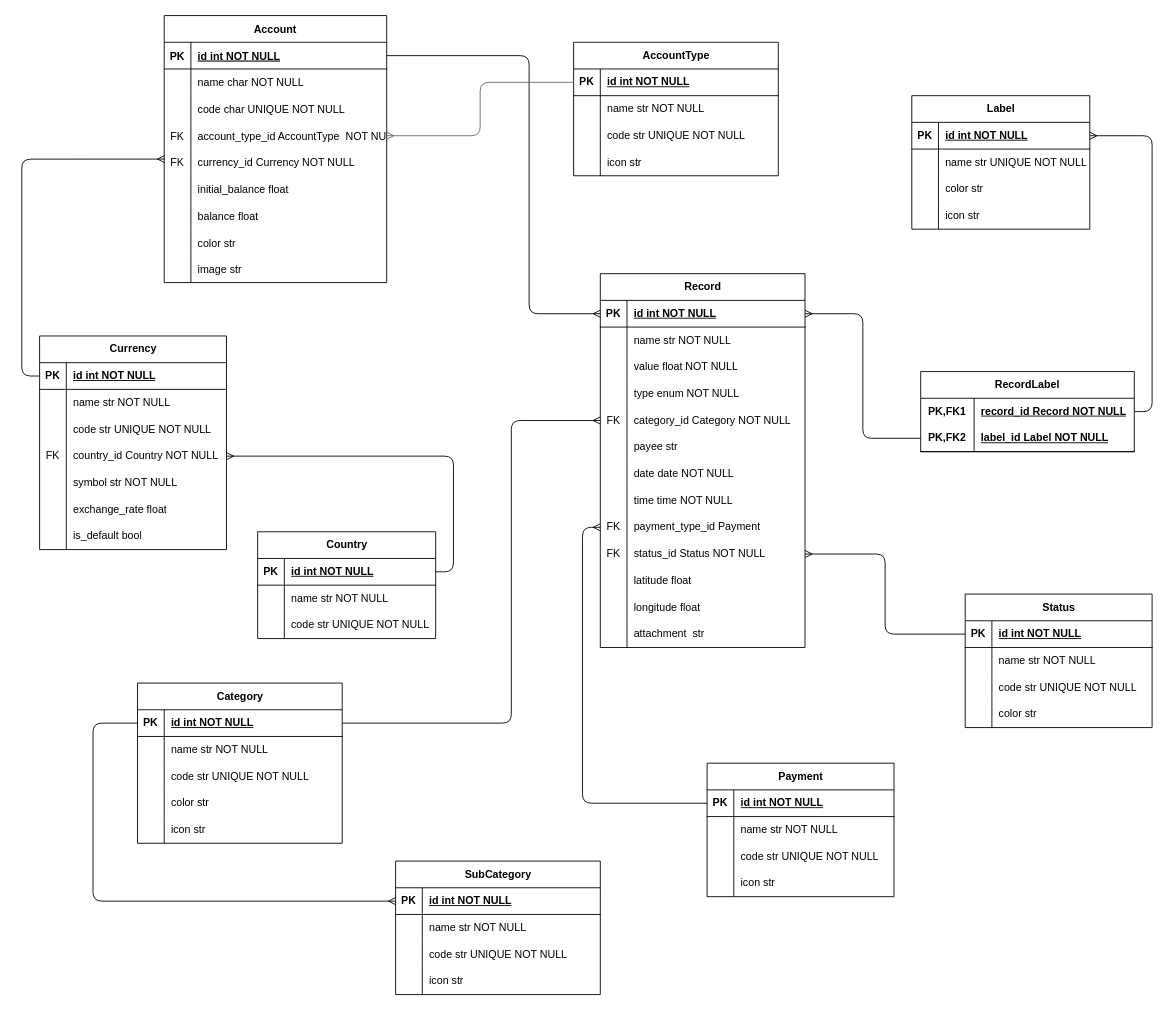
Above: MoneyMinder.drawio in lStiven/moneyMinder (draw.io), before the change. Source tidied: cells renumbered, new cells numbered last; positions are measured from the earlier drawing's top-left corner, leaving out a move shared by most shapes. Both pictures are drawn from the tidied source at 89%, with x=0, y=0 at pixel (39, 15).
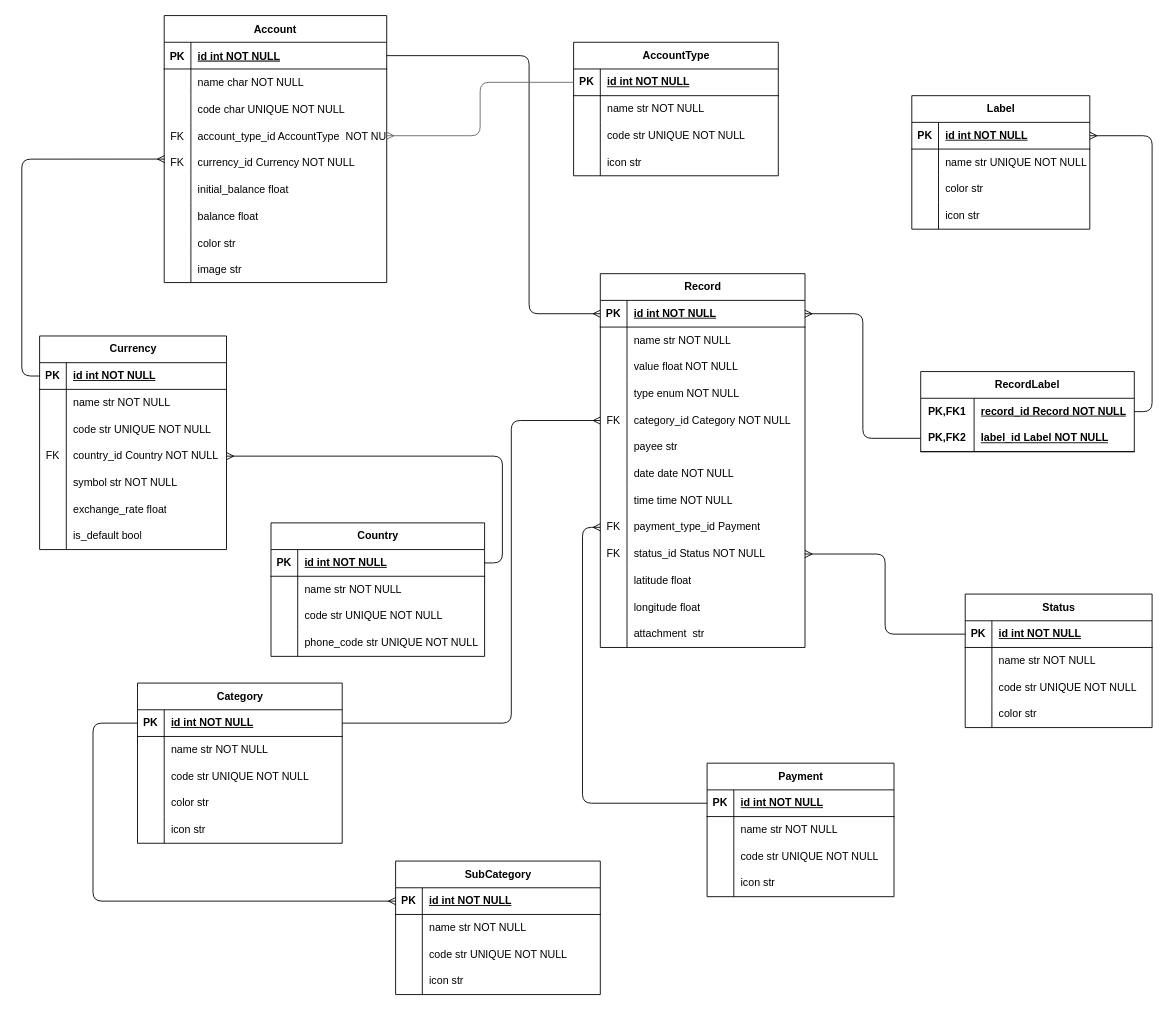
The same diagram, later.

The edit, as a diff of the source:
```diff
@@
     <mxCell id="52" value="Country" style="shape=table;startSize=30;childLayout=tableLayout;rowLines=0;fontStyle=1;align=center;html=1;" parent="1" vertex="1">
-      <mxGeometry x="245" y="580" width="200" height="120" as="geometry" />
+      <mxGeometry x="260" y="570" width="240" height="150" as="geometry" />
     </mxCell>
     <mxCell id="53" style="shape=tableRow;horizontal=0;startSize=0;swimlaneHead=0;swimlaneBody=0;fillColor=none;points=[[0,0.5],[1,0.5]];portConstraint=eastwest;top=0;left=0;right=0;bottom=1;" parent="52" vertex="1">
-      <mxGeometry y="30" width="200" height="30" as="geometry" />
+      <mxGeometry y="30" width="240" height="30" as="geometry" />
     </mxCell>
@@
     <mxCell id="55" value="id int NOT NULL" style="shape=partialRectangle;fillColor=none;top=0;left=0;bottom=0;right=0;align=left;spacingLeft=6;fontStyle=5;overflow=hidden;whiteSpace=wrap;html=1;" parent="53" vertex="1">
-      <mxGeometry x="30" width="170" height="30" as="geometry" />
+      <mxGeometry x="30" width="210" height="30" as="geometry" />
     </mxCell>
     <mxCell id="56" style="shape=tableRow;horizontal=0;startSize=0;swimlaneHead=0;swimlaneBody=0;fillColor=none;top=0;left=0;right=0;bottom=0;" parent="52" vertex="1">
-      <mxGeometry y="60" width="200" height="30" as="geometry" />
+      <mxGeometry y="60" width="240" height="30" as="geometry" />
     </mxCell>
@@
     <mxCell id="58" value="name str NOT NULL" style="shape=partialRectangle;fillColor=none;top=0;left=0;bottom=0;right=0;align=left;spacingLeft=6;overflow=hidden;whiteSpace=wrap;html=1;" parent="56" vertex="1">
-      <mxGeometry x="30" width="170" height="30" as="geometry" />
+      <mxGeometry x="30" width="210" height="30" as="geometry" />
     </mxCell>
     <mxCell id="59" style="shape=tableRow;horizontal=0;startSize=0;swimlaneHead=0;swimlaneBody=0;fillColor=none;top=0;left=0;right=0;bottom=0;" parent="52" vertex="1">
-      <mxGeometry y="90" width="200" height="30" as="geometry" />
+      <mxGeometry y="90" width="240" height="30" as="geometry" />
     </mxCell>
@@
     <mxCell id="61" value="code str UNIQUE NOT NULL" style="shape=partialRectangle;fillColor=none;top=0;left=0;bottom=0;right=0;align=left;spacingLeft=6;overflow=hidden;whiteSpace=wrap;html=1;" parent="59" vertex="1">
-      <mxGeometry x="30" width="170" height="30" as="geometry" />
+      <mxGeometry x="30" width="210" height="30" as="geometry" />
     </mxCell>
+    <mxCell id="201" style="shape=tableRow;horizontal=0;startSize=0;swimlaneHead=0;swimlaneBody=0;fillColor=none;top=0;left=0;right=0;bottom=0;" parent="52" vertex="1">
+      <mxGeometry y="120" width="240" height="30" as="geometry" />
+    </mxCell>
+    <mxCell id="202" style="shape=partialRectangle;fillColor=none;top=0;left=0;bottom=0;right=0;overflow=hidden;whiteSpace=wrap;html=1;" parent="201" vertex="1">
+      <mxGeometry width="30" height="30" as="geometry" />
+    </mxCell>
+    <mxCell id="203" value="phone_code str UNIQUE NOT NULL" style="shape=partialRectangle;fillColor=none;top=0;left=0;bottom=0;right=0;align=left;spacingLeft=6;overflow=hidden;whiteSpace=wrap;html=1;" parent="201" vertex="1">
+      <mxGeometry x="30" width="210" height="30" as="geometry" />
+    </mxCell>
```
